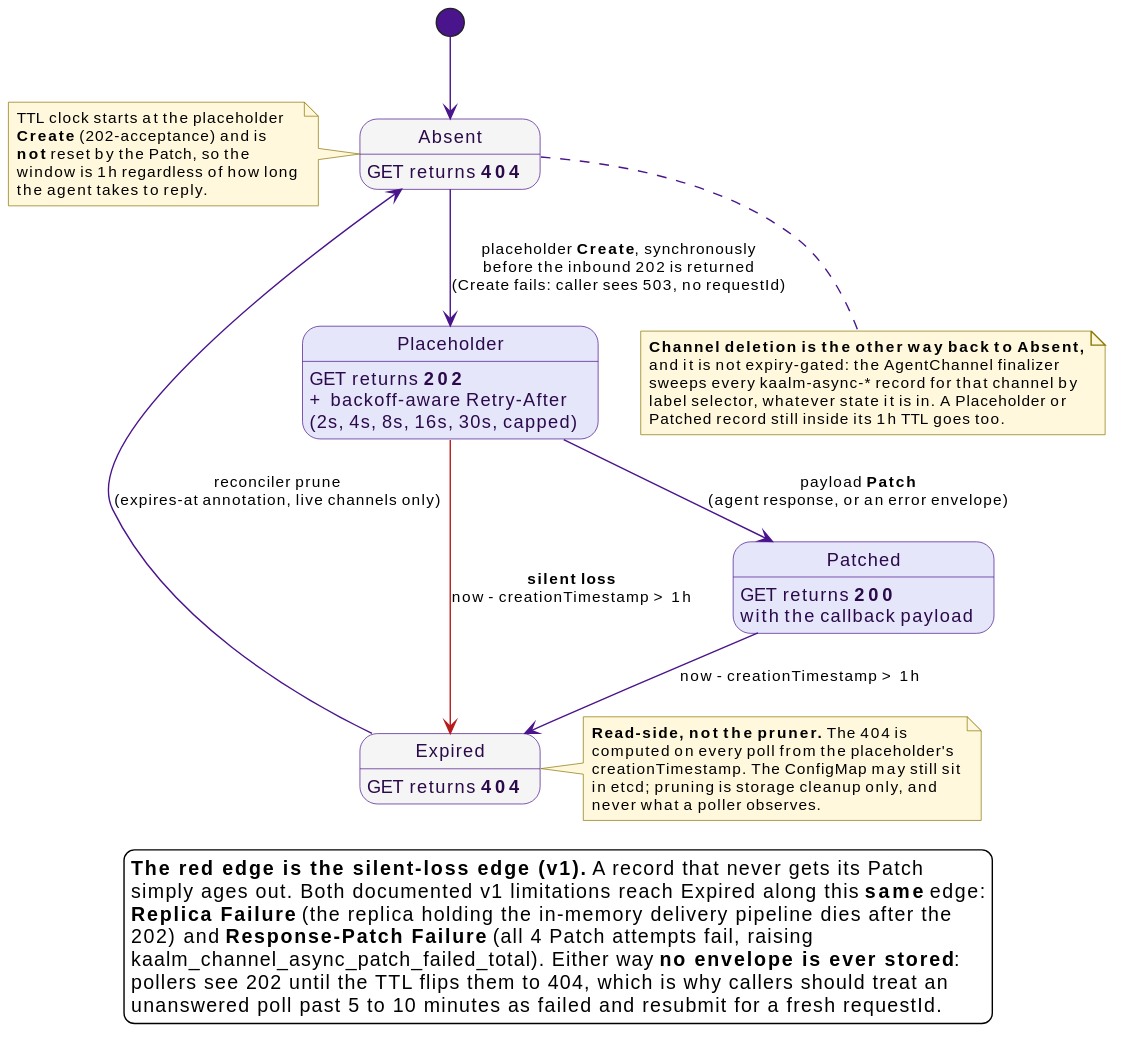
Above: docs/src/diagrams/async-poll-record-lifecycle.svg in win07xp/kaalm (PlantUML), before the change. The source it was exported from:
```plantuml
@startuml
!include _style.puml
skinparam wrapWidth 400

state "Absent" as Absent $mutedBg
state "Placeholder" as Placeholder
state "Patched" as Patched
state "Expired" as Expired $mutedBg

Absent : GET returns **404**
Placeholder : GET returns **202**\n+ backoff-aware Retry-After\n(2s, 4s, 8s, 16s, 30s, capped)
Patched : GET returns **200**\nwith the callback payload
Expired : GET returns **404**

[*] --> Absent

Absent --> Placeholder : placeholder **Create**, synchronously\nbefore the inbound 202 is returned\n(Create fails: caller sees 503, no requestId)

Placeholder --> Patched : payload **Patch**\n(agent response, or an error envelope)

Placeholder -[#B71C1C]-> Expired : **silent loss**\nnow - creationTimestamp > 1h
Patched --> Expired : now - creationTimestamp > 1h

Expired -up-> Absent : reconciler prune\n(expires-at annotation, live channels only)

note bottom of Absent
  **Channel deletion is the other way back to Absent,**
  and it is not expiry-gated: the AgentChannel finalizer
  sweeps every kaalm-async-* record for that channel by
  label selector, whatever state it is in. A Placeholder or
  Patched record still inside its 1h TTL goes too.
end note

note right of Expired
  **Read-side, not the pruner.** The 404 is
  computed on every poll from the placeholder's
  creationTimestamp. The ConfigMap may still sit
  in etcd; pruning is storage cleanup only, and
  never what a poller observes.
end note

note left of Absent
  TTL clock starts at the placeholder
  **Create** (202-acceptance) and is
  **not** reset by the Patch, so the
  window is 1h regardless of how long
  the agent takes to reply.
end note

legend bottom
  **The red edge is the silent-loss edge (v1).** A record that never gets its Patch
  simply ages out. Both documented v1 limitations reach Expired along this **same** edge:
  **Replica Failure** (the replica holding the in-memory delivery pipeline dies after the
  202) and **Response-Patch Failure** (all 4 Patch attempts fail, raising
  kaalm_channel_async_patch_failed_total). Either way **no envelope is ever stored**:
  pollers see 202 until the TTL flips them to 404, which is why callers should treat an
  unanswered poll past 5 to 10 minutes as failed and resubmit for a fresh requestId.
endlegend
@enduml
```
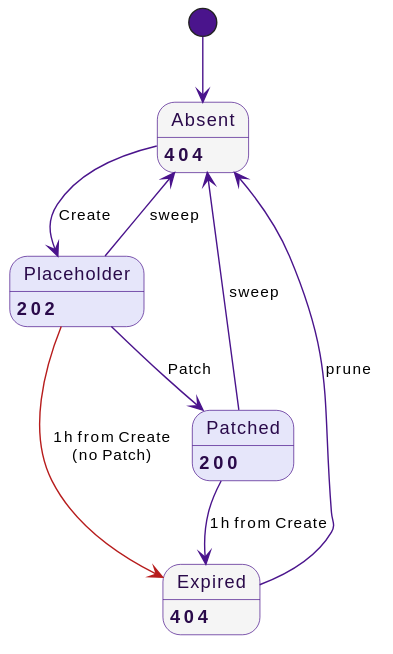
Later version of the same file.

The edit, as a diff of the source:
```diff
@@ -1,59 +1,22 @@
 @startuml
 !include _style.puml
-skinparam wrapWidth 400
 
 state "Absent" as Absent $mutedBg
 state "Placeholder" as Placeholder
 state "Patched" as Patched
 state "Expired" as Expired $mutedBg
 
-Absent : GET returns **404**
-Placeholder : GET returns **202**\n+ backoff-aware Retry-After\n(2s, 4s, 8s, 16s, 30s, capped)
-Patched : GET returns **200**\nwith the callback payload
-Expired : GET returns **404**
+Absent : **404**
+Placeholder : **202**
+Patched : **200**
+Expired : **404**
 
 [*] --> Absent
-
-Absent --> Placeholder : placeholder **Create**, synchronously\nbefore the inbound 202 is returned\n(Create fails: caller sees 503, no requestId)
-
-Placeholder --> Patched : payload **Patch**\n(agent response, or an error envelope)
-
-Placeholder -[#B71C1C]-> Expired : **silent loss**\nnow - creationTimestamp > 1h
-Patched --> Expired : now - creationTimestamp > 1h
-
-Expired -up-> Absent : reconciler prune\n(expires-at annotation, live channels only)
-
-note bottom of Absent
-  **Channel deletion is the other way back to Absent,**
-  and it is not expiry-gated: the AgentChannel finalizer
-  sweeps every kaalm-async-* record for that channel by
-  label selector, whatever state it is in. A Placeholder or
-  Patched record still inside its 1h TTL goes too.
-end note
-
-note right of Expired
-  **Read-side, not the pruner.** The 404 is
-  computed on every poll from the placeholder's
-  creationTimestamp. The ConfigMap may still sit
-  in etcd; pruning is storage cleanup only, and
-  never what a poller observes.
-end note
-
-note left of Absent
-  TTL clock starts at the placeholder
-  **Create** (202-acceptance) and is
-  **not** reset by the Patch, so the
-  window is 1h regardless of how long
-  the agent takes to reply.
-end note
-
-legend bottom
-  **The red edge is the silent-loss edge (v1).** A record that never gets its Patch
-  simply ages out. Both documented v1 limitations reach Expired along this **same** edge:
-  **Replica Failure** (the replica holding the in-memory delivery pipeline dies after the
-  202) and **Response-Patch Failure** (all 4 Patch attempts fail, raising
-  kaalm_channel_async_patch_failed_total). Either way **no envelope is ever stored**:
-  pollers see 202 until the TTL flips them to 404, which is why callers should treat an
-  unanswered poll past 5 to 10 minutes as failed and resubmit for a fresh requestId.
-endlegend
+Absent --> Placeholder : Create
+Placeholder --> Patched : Patch
+Placeholder -[#B71C1C]-> Expired : 1h from Create\n(no Patch)
+Patched --> Expired : 1h from Create
+Expired -up-> Absent : prune
+Placeholder -up-> Absent : sweep
+Patched -up-> Absent : sweep
 @enduml
```
